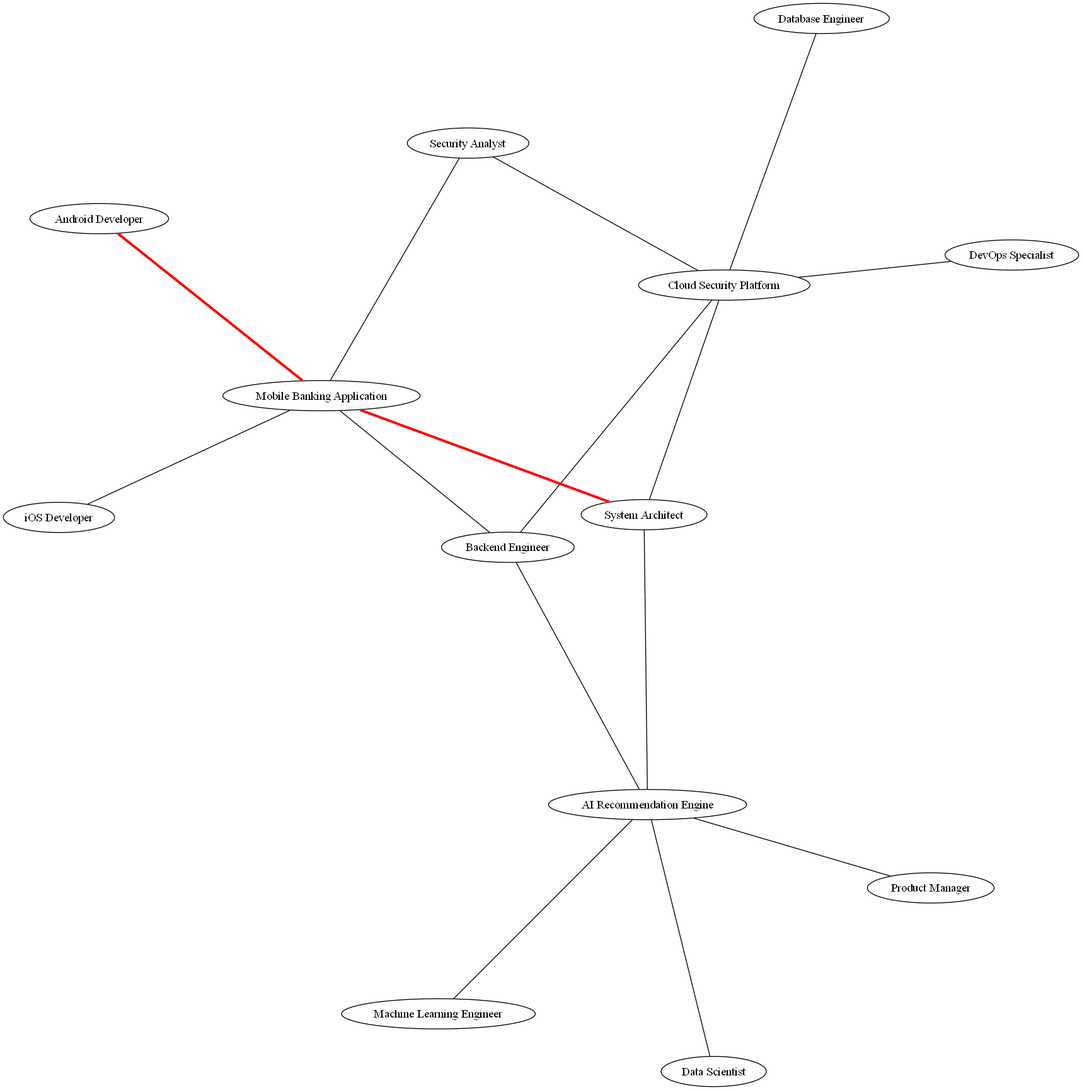
This is graph.png from Sannya-21/BSF-coding, a Graphviz export, as it was before one commit. Its source is kept beside it as graph.dot. The source it was exported from:
```dot
graph G {
layout=neato;
overlap=false;
splines=true;
"Cloud Security Platform" -- "System Architect";
"Cloud Security Platform" -- "DevOps Specialist";
"Cloud Security Platform" -- "Security Analyst";
"Cloud Security Platform" -- "Database Engineer";
"Backend Engineer" -- "Cloud Security Platform";
"Backend Engineer" -- "Mobile Banking Application";
"AI Recommendation Engine" -- "Machine Learning Engineer";
"AI Recommendation Engine" -- "Data Scientist";
"AI Recommendation Engine" -- "Backend Engineer";
"AI Recommendation Engine" -- "System Architect";
"AI Recommendation Engine" -- "Product Manager";
"Mobile Banking Application" -- "iOS Developer";
"Mobile Banking Application" -- "Security Analyst";
"Mobile Banking Application" -- "System Architect" [color=red, penwidth=3];
"Android Developer" -- "Mobile Banking Application" [color=red, penwidth=3];
}
```
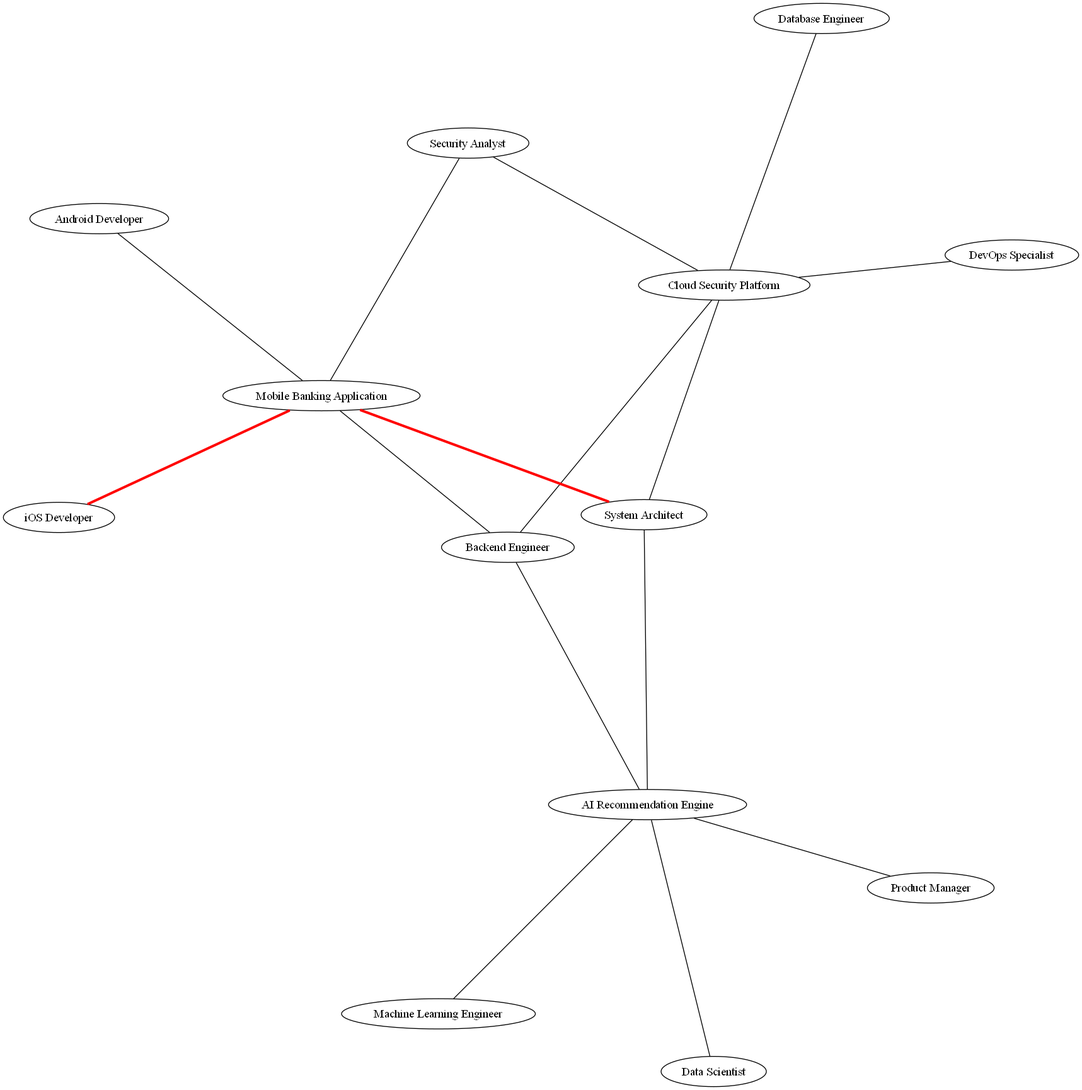
After the commit.

Diff of the diagram source:
```diff
@@ -13,8 +13,8 @@
 "AI Recommendation Engine" -- "Backend Engineer";
 "AI Recommendation Engine" -- "System Architect";
 "AI Recommendation Engine" -- "Product Manager";
-"Mobile Banking Application" -- "iOS Developer";
+"Mobile Banking Application" -- "iOS Developer" [color=red, penwidth=3];
 "Mobile Banking Application" -- "Security Analyst";
 "Mobile Banking Application" -- "System Architect" [color=red, penwidth=3];
-"Android Developer" -- "Mobile Banking Application" [color=red, penwidth=3];
+"Android Developer" -- "Mobile Banking Application";
 }
```
